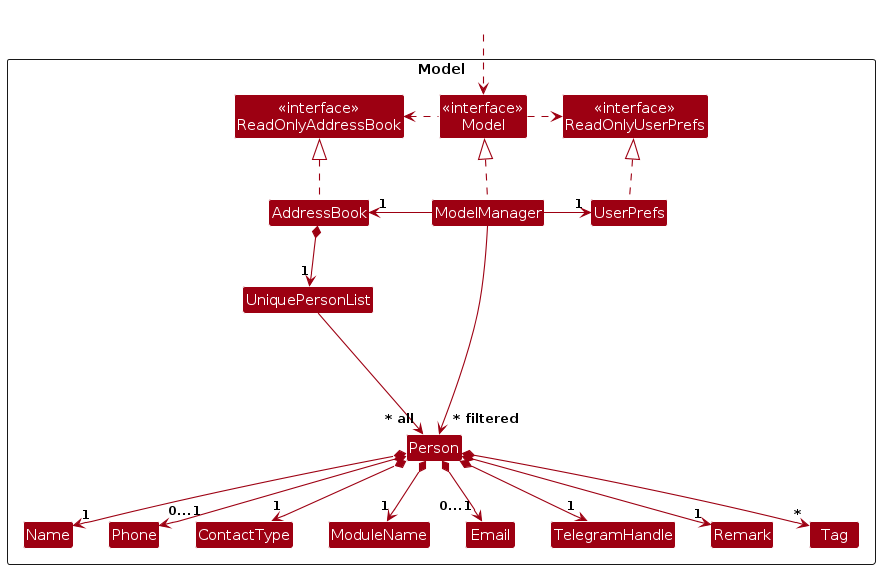
Earlier version of the PlantUML export diagrams/ModelClassDiagram.png (SlothyCat/tp). Its source is kept beside it as diagrams/ModelClassDiagram.puml.
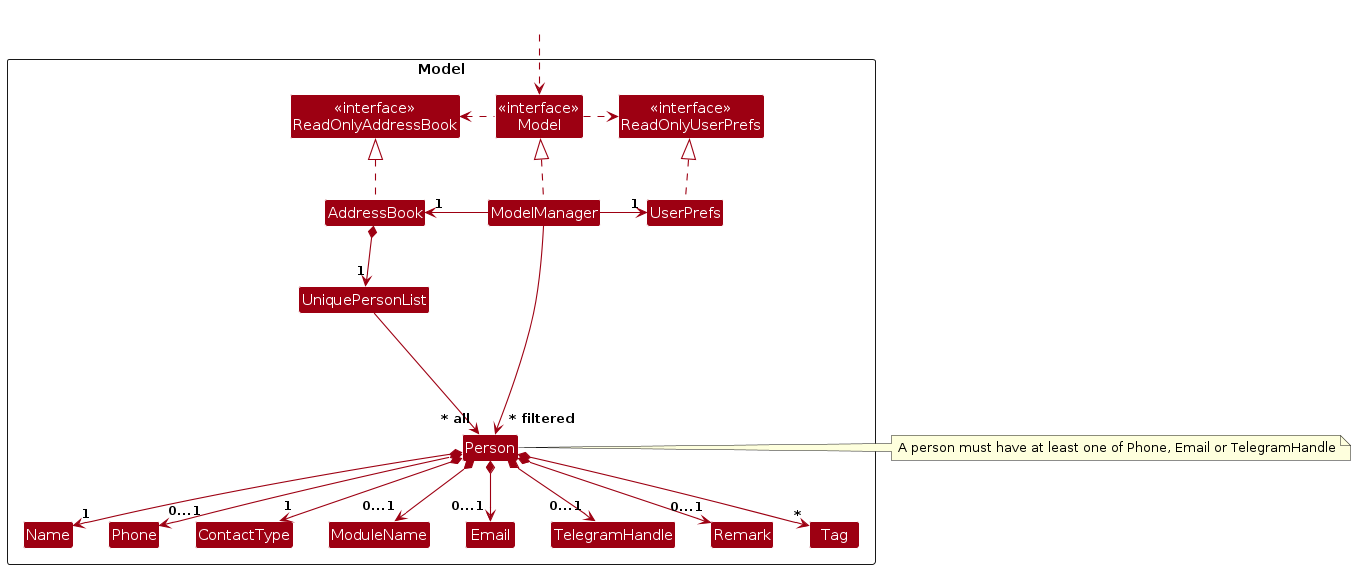
After the change.

Diff of the diagram source:
```diff
@@ -41,10 +41,10 @@
 AddressBook *--> "1" UniquePersonList
 UniquePersonList --> "~* all" Person
 Person *--> "1" ContactType
-Person *--> "1" TelegramHandle
-Person *--> "1" ModuleName
+Person *--> "0...1" TelegramHandle
+Person *--> "0...1" ModuleName
 Person *--> "1" Name
-Person *--> "1" Remark
+Person *--> "0...1" Remark
 Person *--> "0...1"Phone
 Person *--> "0...1"Email
 Person *--> "*" Tag
@@ -55,4 +55,8 @@
 Name -[hidden]right-> Phone
 
 ModelManager --> "~* filtered" Person
+
+note right of Person
+    A person must have at least one of Phone, Email or TelegramHandle
+end note
 @enduml
```
